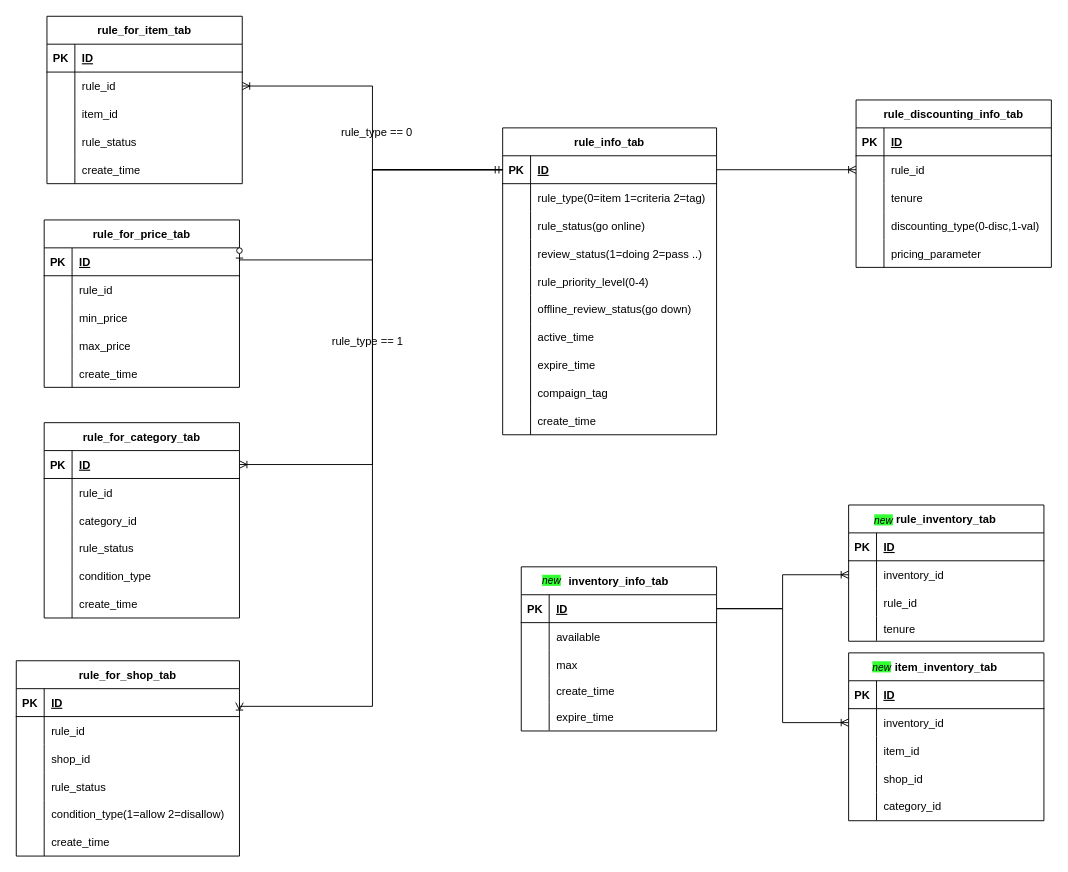
Earlier version of the draw.io diagram page "data model" (3 of 3) of d-sp-since-2022.drawio (xhd2015/bog). Source tidied: cells renumbered, new cells numbered last; positions are measured from the earlier drawing's top-left corner, leaving out a move shared by most shapes. Both pictures are drawn from the tidied source at 93%, with x=0, y=0 at pixel (16, 16).
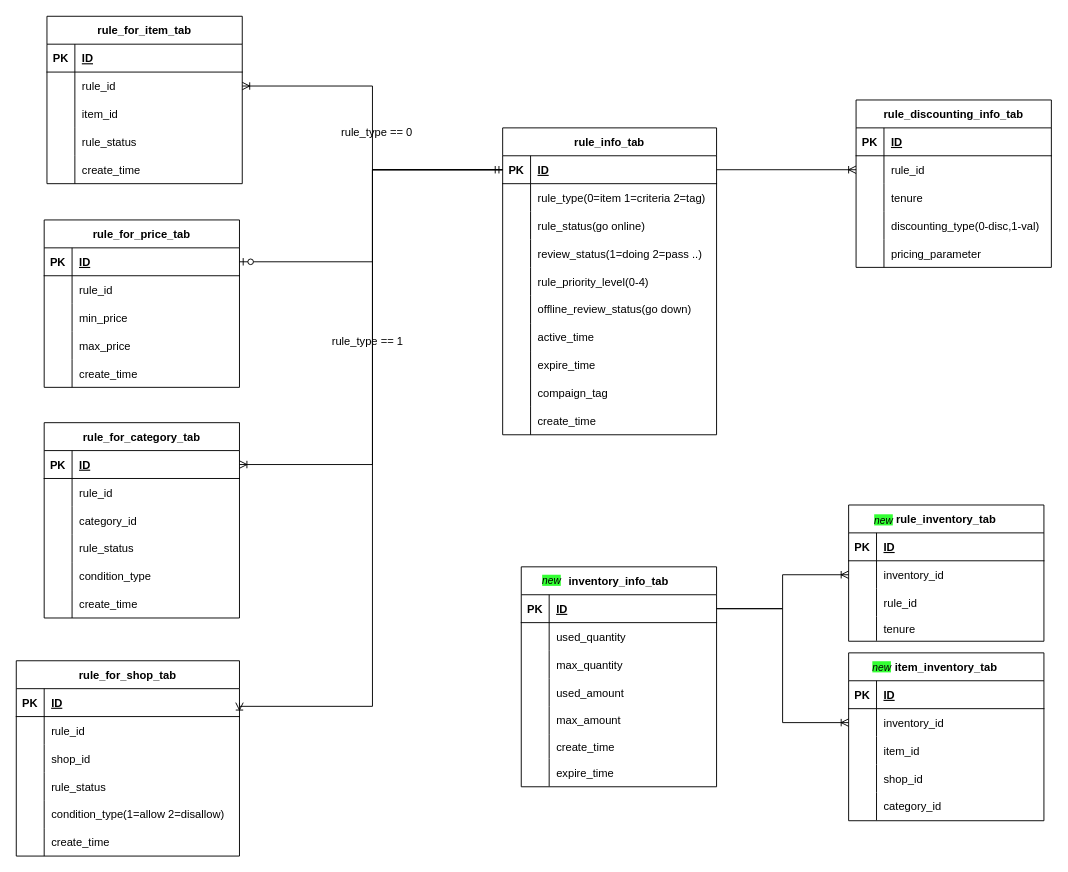
The same page after the edit.

Unchanged cells that the change refers to:
```xml
<mxCell id="19" style="shape=tableRow;horizontal=0;startSize=0;swimlaneHead=0;swimlaneBody=0;fillColor=none;points=[[0,0.5],[1,0.5]];portConstraint=eastwest;top=0;left=0;right=0;bottom=1;labelBackgroundColor=none;fontColor=default;strokeColor=default;" parent="18" vertex="1">
  <mxGeometry y="30" width="230" height="30" as="geometry" />
</mxCell>
<mxCell id="69" style="shape=tableRow;horizontal=0;startSize=0;swimlaneHead=0;swimlaneBody=0;fillColor=none;points=[[0,0.5],[1,0.5]];portConstraint=eastwest;top=0;left=0;right=0;bottom=1;labelBackgroundColor=none;fontColor=default;strokeColor=default;" parent="68" vertex="1">
  <mxGeometry y="30" width="210" height="30" as="geometry" />
</mxCell>
<mxCell id="130" style="shape=tableRow;horizontal=0;startSize=0;swimlaneHead=0;swimlaneBody=0;fillColor=none;top=0;left=0;right=0;bottom=0;labelBackgroundColor=none;fontColor=default;strokeColor=default;" parent="126" vertex="1">
  <mxGeometry y="60" width="210" height="30" as="geometry" />
</mxCell>
<mxCell id="133" style="shape=tableRow;horizontal=0;startSize=0;swimlaneHead=0;swimlaneBody=0;fillColor=none;top=0;left=0;right=0;bottom=0;labelBackgroundColor=none;fontColor=default;strokeColor=default;" parent="126" vertex="1">
  <mxGeometry y="90" width="210" height="30" as="geometry" />
</mxCell>
```

What changed in the source:
```diff
@@
     <mxCell id="125" style="edgeStyle=orthogonalEdgeStyle;fontSize=12;html=1;endArrow=ERzeroToOne;startArrow=ERmandOne;rounded=0;fontColor=default;exitX=0;exitY=0.5;exitDx=0;exitDy=0;entryX=1;entryY=0.5;entryDx=0;entryDy=0;" parent="1" edge="1" source="19" target="69">
       <mxGeometry relative="1" as="geometry">
         <Array as="points">
           <mxPoint x="383" y="165" />
-          <mxPoint x="383" y="262" />
+          <mxPoint x="383" y="264" />
         </Array>
       </mxGeometry>
     </mxCell>
     <mxCell id="126" value="inventory_info_tab" style="shape=table;startSize=30;childLayout=tableLayout;rowLines=0;fontStyle=1;align=center;labelBackgroundColor=none;fontColor=default;strokeColor=default;fillColor=none;" parent="1" vertex="1">
-      <mxGeometry x="543" y="592" width="210" height="176.5" as="geometry" />
+      <mxGeometry x="543" y="592" width="210" height="236.5" as="geometry" />
     </mxCell>
@@
-    <mxCell id="132" value="available" style="shape=partialRectangle;fillColor=none;top=0;left=0;bottom=0;right=0;align=left;spacingLeft=6;overflow=hidden;labelBackgroundColor=none;fontColor=default;strokeColor=default;" parent="130" vertex="1">
+    <mxCell id="132" value="used_quantity" style="shape=partialRectangle;fillColor=none;top=0;left=0;bottom=0;right=0;align=left;spacingLeft=6;overflow=hidden;labelBackgroundColor=none;fontColor=default;strokeColor=default;" parent="130" vertex="1">
       <mxGeometry x="30" width="180" height="30" as="geometry" />
     </mxCell>
@@
-    <mxCell id="135" value="max" style="shape=partialRectangle;fillColor=none;top=0;left=0;bottom=0;right=0;align=left;spacingLeft=6;overflow=hidden;labelBackgroundColor=none;fontColor=default;strokeColor=default;" parent="133" vertex="1">
+    <mxCell id="135" value="max_quantity" style="shape=partialRectangle;fillColor=none;top=0;left=0;bottom=0;right=0;align=left;spacingLeft=6;overflow=hidden;labelBackgroundColor=none;fontColor=default;strokeColor=default;" parent="133" vertex="1">
       <mxGeometry x="30" width="180" height="30" as="geometry" />
     </mxCell>
+    <mxCell id="176" style="shape=tableRow;horizontal=0;startSize=0;swimlaneHead=0;swimlaneBody=0;fillColor=none;top=0;left=0;right=0;bottom=0;labelBackgroundColor=none;fontColor=default;strokeColor=default;" parent="126" vertex="1">
+      <mxGeometry y="120" width="210" height="30" as="geometry" />
+    </mxCell>
+    <mxCell id="177" style="shape=partialRectangle;fillColor=none;top=0;left=0;bottom=0;right=0;overflow=hidden;labelBackgroundColor=none;fontColor=default;strokeColor=default;" parent="176" vertex="1">
+      <mxGeometry width="30" height="30" as="geometry" />
+    </mxCell>
+    <mxCell id="178" value="used_amount" style="shape=partialRectangle;fillColor=none;top=0;left=0;bottom=0;right=0;align=left;spacingLeft=6;overflow=hidden;labelBackgroundColor=none;fontColor=default;strokeColor=default;" parent="176" vertex="1">
+      <mxGeometry x="30" width="180" height="30" as="geometry" />
+    </mxCell>
+    <mxCell id="179" style="shape=tableRow;horizontal=0;startSize=0;swimlaneHead=0;swimlaneBody=0;fillColor=none;top=0;left=0;right=0;bottom=0;labelBackgroundColor=none;fontColor=default;strokeColor=default;" parent="126" vertex="1">
+      <mxGeometry y="150" width="210" height="30" as="geometry" />
+    </mxCell>
+    <mxCell id="180" style="shape=partialRectangle;fillColor=none;top=0;left=0;bottom=0;right=0;overflow=hidden;labelBackgroundColor=none;fontColor=default;strokeColor=default;" parent="179" vertex="1">
+      <mxGeometry width="30" height="30" as="geometry" />
+    </mxCell>
+    <mxCell id="181" value="max_amount" style="shape=partialRectangle;fillColor=none;top=0;left=0;bottom=0;right=0;align=left;spacingLeft=6;overflow=hidden;labelBackgroundColor=none;fontColor=default;strokeColor=default;" parent="179" vertex="1">
+      <mxGeometry x="30" width="180" height="30" as="geometry" />
+    </mxCell>
     <mxCell id="136" style="shape=tableRow;horizontal=0;startSize=0;swimlaneHead=0;swimlaneBody=0;fillColor=none;top=0;left=0;right=0;bottom=0;labelBackgroundColor=none;fontColor=default;strokeColor=default;" parent="126" vertex="1">
-      <mxGeometry y="120" width="210" height="26" as="geometry" />
+      <mxGeometry y="180" width="210" height="26" as="geometry" />
     </mxCell>
@@
     <mxCell id="139" style="shape=tableRow;horizontal=0;startSize=0;swimlaneHead=0;swimlaneBody=0;fillColor=none;top=0;left=0;right=0;bottom=0;labelBackgroundColor=none;fontColor=default;strokeColor=default;" parent="126" vertex="1">
-      <mxGeometry y="146" width="210" height="30" as="geometry" />
+      <mxGeometry y="206" width="210" height="30" as="geometry" />
     </mxCell>
```
